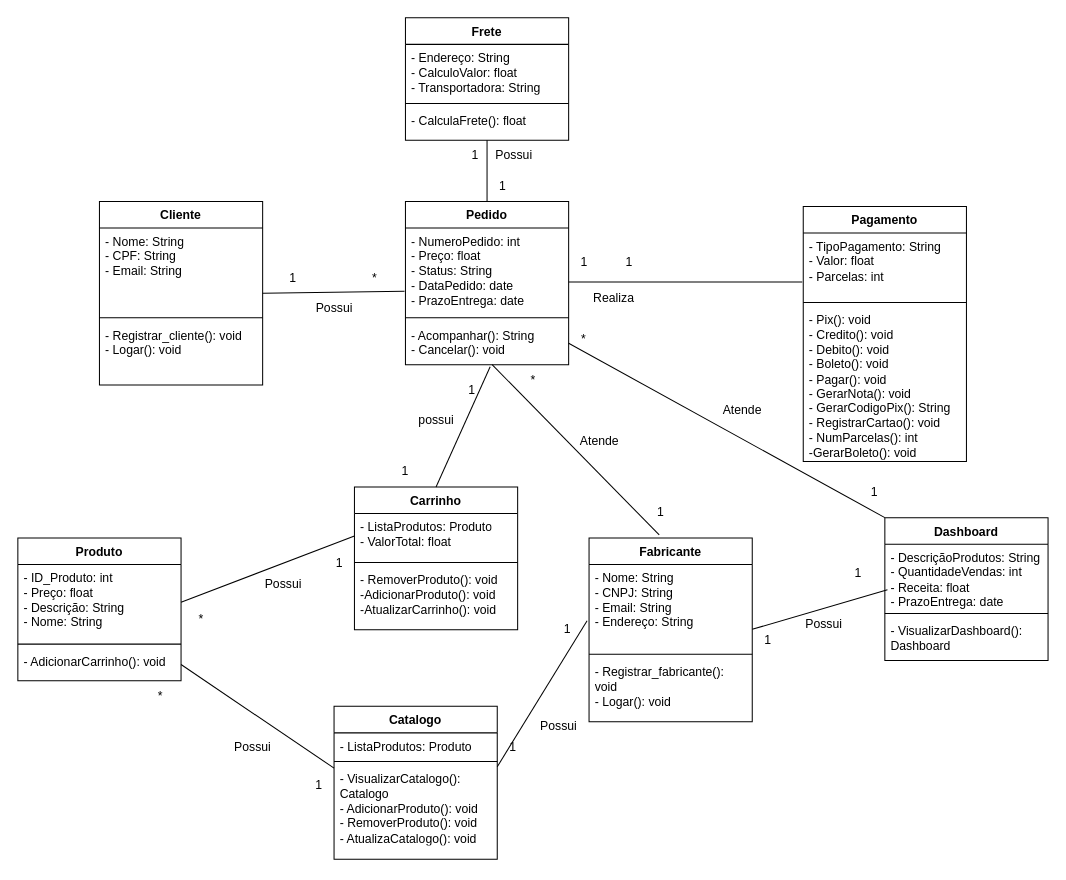
This is DiagramaClasses.drawio from PedroAP2/Projeto-EngenhariaDaComputacao, a draw.io file, before an edit. Source tidied: cells renumbered, new cells numbered last; positions are measured from the earlier drawing's top-left corner, leaving out a move shared by most shapes. Both pictures are drawn from the tidied source at 102%, with x=0, y=0 at pixel (17, 17).
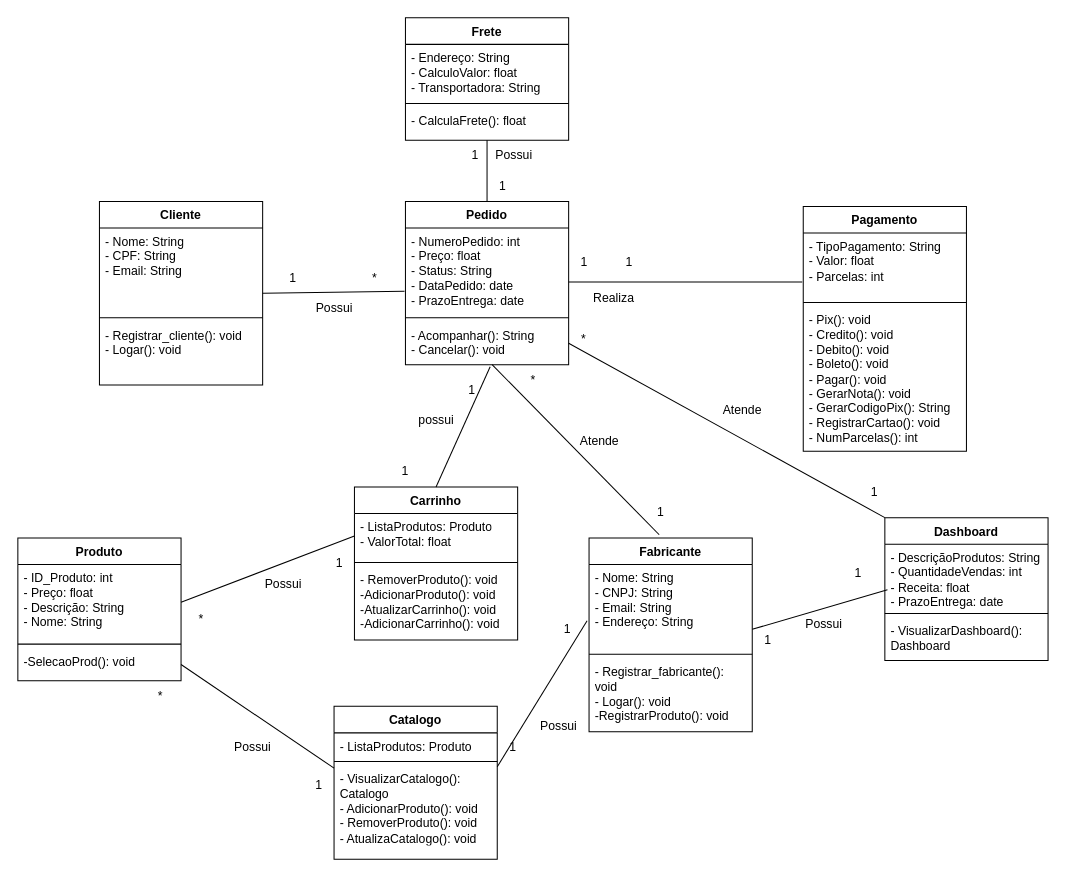
The same diagram, later.

Unchanged cells that the change refers to:
```xml
<mxCell id="14" value="Produto" style="swimlane;fontStyle=1;align=center;verticalAlign=top;horizontal=1;startSize=26;whiteSpace=wrap;html=1;" parent="1" vertex="1">
  <mxGeometry y="510" width="160" height="140" as="geometry" />
</mxCell>
```

The edit, as a diff of the source:
```diff
@@
     <mxCell id="6" value="Fabricante" style="swimlane;fontStyle=1;align=center;verticalAlign=top;horizontal=1;startSize=26;whiteSpace=wrap;html=1;" parent="1" vertex="1">
-      <mxGeometry x="560" y="510" width="160" height="180" as="geometry" />
+      <mxGeometry x="560" y="510" width="160" height="190" as="geometry" />
     </mxCell>
@@
-    <mxCell id="9" value="- Registrar_fabricante(): void&lt;br&gt;- Logar(): void&lt;br&gt;&lt;br&gt;" style="text;strokeColor=none;fillColor=none;align=left;verticalAlign=top;spacingLeft=4;spacingRight=4;overflow=hidden;whiteSpace=wrap;html=1;" parent="6" vertex="1">
-      <mxGeometry y="118" width="160" height="62" as="geometry" />
+    <mxCell id="9" value="- Registrar_fabricante(): void&lt;br&gt;- Logar(): void&lt;br&gt;-RegistrarProduto(): void&lt;br&gt;" style="text;strokeColor=none;fillColor=none;align=left;verticalAlign=top;spacingLeft=4;spacingRight=4;overflow=hidden;whiteSpace=wrap;html=1;" parent="6" vertex="1">
+      <mxGeometry y="118" width="160" height="72" as="geometry" />
     </mxCell>
@@
-    <mxCell id="17" value="- AdicionarCarrinho(): void" style="text;strokeColor=none;fillColor=none;align=left;verticalAlign=top;spacingLeft=4;spacingRight=4;overflow=hidden;points=[[0,0.5],[1,0.5]];portConstraint=eastwest;whiteSpace=wrap;html=1;" parent="14" vertex="1">
+    <mxCell id="17" value="-SelecaoProd(): void" style="text;strokeColor=none;fillColor=none;align=left;verticalAlign=top;spacingLeft=4;spacingRight=4;overflow=hidden;points=[[0,0.5],[1,0.5]];portConstraint=eastwest;whiteSpace=wrap;html=1;" parent="14" vertex="1">
       <mxGeometry y="108" width="160" height="32" as="geometry" />
     </mxCell>
@@
     <mxCell id="26" value="Pagamento" style="swimlane;fontStyle=1;align=center;verticalAlign=top;horizontal=1;startSize=26;whiteSpace=wrap;html=1;" parent="1" vertex="1">
-      <mxGeometry x="770" y="185" width="160" height="250" as="geometry" />
+      <mxGeometry x="770" y="185" width="160" height="240" as="geometry" />
     </mxCell>
@@
-    <mxCell id="29" value="- Pix(): void&lt;br&gt;- Credito(): void&lt;br&gt;- Debito(): void&lt;br&gt;- Boleto(): void&lt;br&gt;- Pagar(): void&lt;br&gt;- GerarNota(): void&lt;br&gt;- GerarCodigoPix(): String&lt;br&gt;- RegistrarCartao(): void&lt;br&gt;- NumParcelas(): int&lt;br&gt;-GerarBoleto(): void" style="text;strokeColor=none;fillColor=none;align=left;verticalAlign=top;spacingLeft=4;spacingRight=4;overflow=hidden;whiteSpace=wrap;html=1;" parent="26" vertex="1">
-      <mxGeometry y="98" width="160" height="152" as="geometry" />
+    <mxCell id="29" value="- Pix(): void&lt;br&gt;- Credito(): void&lt;br&gt;- Debito(): void&lt;br&gt;- Boleto(): void&lt;br&gt;- Pagar(): void&lt;br&gt;- GerarNota(): void&lt;br&gt;- GerarCodigoPix(): String&lt;br&gt;- RegistrarCartao(): void&lt;br&gt;- NumParcelas(): int" style="text;strokeColor=none;fillColor=none;align=left;verticalAlign=top;spacingLeft=4;spacingRight=4;overflow=hidden;whiteSpace=wrap;html=1;" parent="26" vertex="1">
+      <mxGeometry y="98" width="160" height="142" as="geometry" />
     </mxCell>
@@
     <mxCell id="34" value="Carrinho" style="swimlane;fontStyle=1;align=center;verticalAlign=top;horizontal=1;startSize=26;whiteSpace=wrap;html=1;" parent="1" vertex="1">
-      <mxGeometry x="330" y="460" width="160" height="140" as="geometry" />
+      <mxGeometry x="330" y="460" width="160" height="150" as="geometry" />
     </mxCell>
@@
-    <mxCell id="37" value="- RemoverProduto(): void&lt;br&gt;-AdicionarProduto(): void&lt;br&gt;-AtualizarCarrinho(): void" style="text;strokeColor=none;fillColor=none;align=left;verticalAlign=top;spacingLeft=4;spacingRight=4;overflow=hidden;whiteSpace=wrap;html=1;" parent="34" vertex="1">
-      <mxGeometry y="78" width="160" height="62" as="geometry" />
+    <mxCell id="37" value="- RemoverProduto(): void&lt;br&gt;-AdicionarProduto(): void&lt;br&gt;-AtualizarCarrinho(): void&lt;br&gt;-AdicionarCarrinho(): void" style="text;strokeColor=none;fillColor=none;align=left;verticalAlign=top;spacingLeft=4;spacingRight=4;overflow=hidden;whiteSpace=wrap;html=1;" parent="34" vertex="1">
+      <mxGeometry y="78" width="160" height="72" as="geometry" />
     </mxCell>
```
